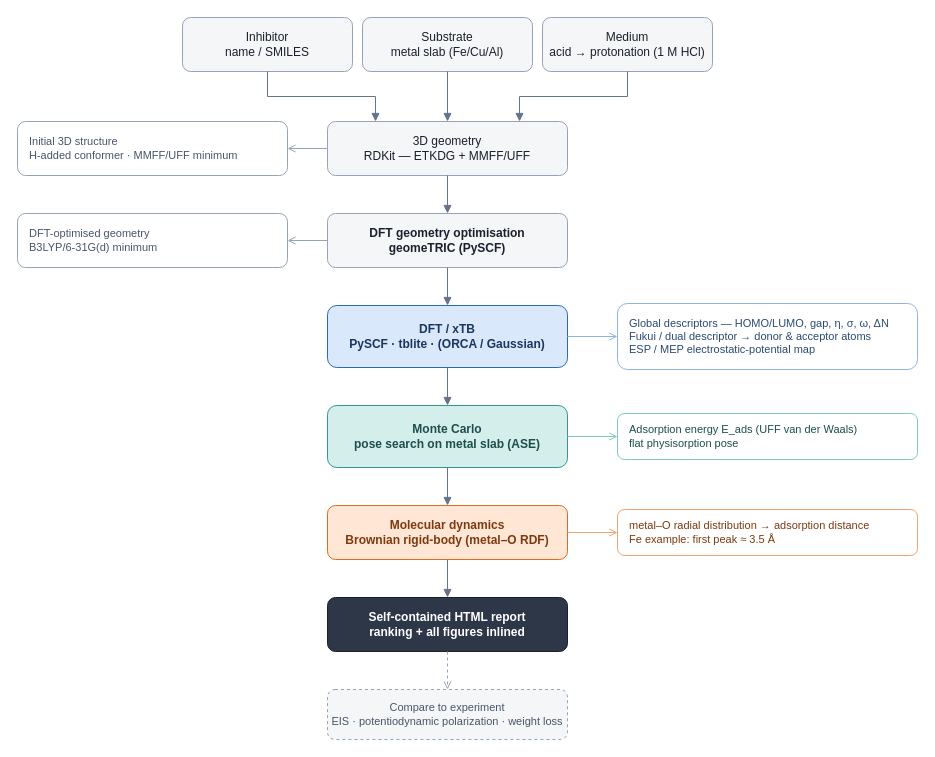
braboj/corrosim keeps this draw.io diagram as docs/diagrams/pipeline.drawio. Above is the earlier version. Source tidied: cells renumbered, new cells numbered last; positions are measured from the earlier drawing's top-left corner, leaving out a move shared by most shapes. Both pictures are drawn from the tidied source at 100%, with x=0, y=0 at pixel (17, 17).
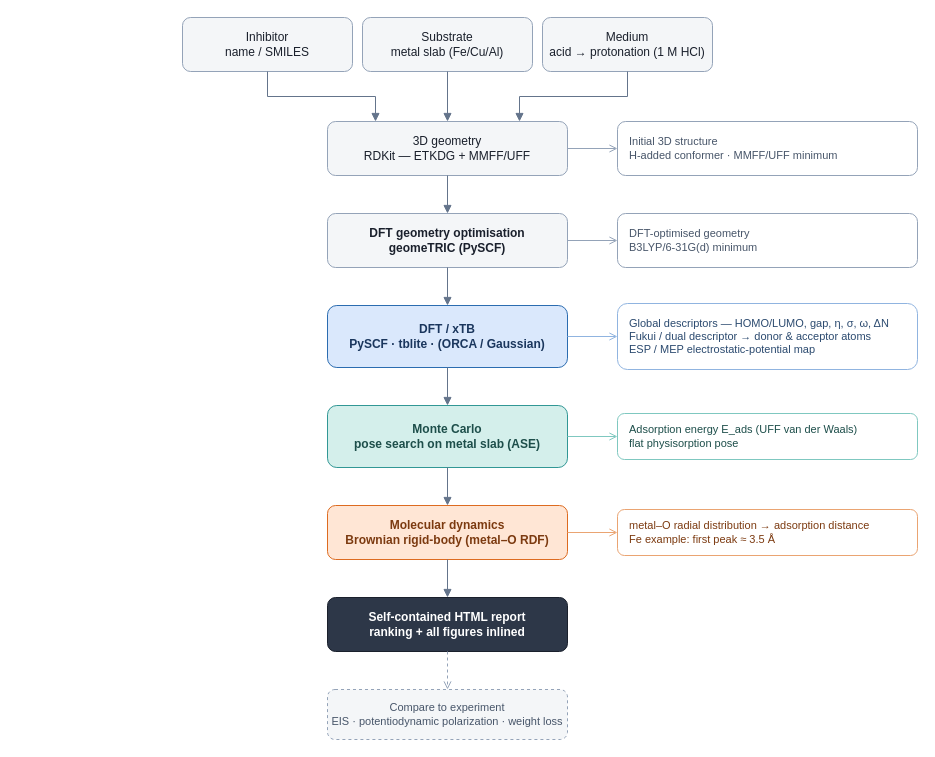
Above is the later version.

Commit message (it also covers changes not shown here):
docs(diagram): move geometry artifact boxes to the right column

Place the 3D-geometry and DFT-optimisation output boxes on the right,
aligned with the DFT/MC/MD artifact boxes, arrows pointing right — one
consistent output column. Re-export to both PNG destinations.

The change refers to these unchanged cells:
```xml
<mxCell id="6" value="3D geometry&#10;RDKit — ETKDG + MMFF/UFF" style="rounded=1;whiteSpace=wrap;html=1;fillColor=#f4f6f8;strokeColor=#94a3b8;fontSize=12;fontColor=#1a202c;" parent="1" vertex="1">
  <mxGeometry x="310" y="104" width="240" height="54" as="geometry" />
</mxCell>
<mxCell id="8" value="DFT geometry optimisation&#10;geomeTRIC (PySCF)" style="rounded=1;whiteSpace=wrap;html=1;fillColor=#f4f6f8;strokeColor=#94a3b8;fontSize=12;fontStyle=1;fontColor=#1a202c;" parent="1" vertex="1">
  <mxGeometry x="310" y="196" width="240" height="54" as="geometry" />
</mxCell>
```

Diff of the diagram source:
```diff
@@
     <mxCell id="5" value="Initial 3D structure&#10;H-added conformer · MMFF/UFF minimum" style="rounded=1;whiteSpace=wrap;html=1;fillColor=#ffffff;strokeColor=#94a3b8;fontSize=11;fontColor=#475569;align=left;spacingLeft=10;" parent="1" vertex="1">
-      <mxGeometry y="104" width="270" height="54" as="geometry" />
+      <mxGeometry x="600" y="104" width="300" height="54" as="geometry" />
     </mxCell>
@@
     <mxCell id="7" value="DFT-optimised geometry&#10;B3LYP/6-31G(d) minimum" style="rounded=1;whiteSpace=wrap;html=1;fillColor=#ffffff;strokeColor=#94a3b8;fontSize=11;fontColor=#475569;align=left;spacingLeft=10;" parent="1" vertex="1">
-      <mxGeometry y="196" width="270" height="54" as="geometry" />
+      <mxGeometry x="600" y="196" width="300" height="54" as="geometry" />
     </mxCell>
@@
-    <mxCell id="26" style="edgeStyle=orthogonalEdgeStyle;rounded=0;html=1;strokeColor=#94a3b8;endArrow=open;endFill=0;exitX=0;exitY=0.5;exitDx=0;exitDy=0;entryX=1;entryY=0.5;entryDx=0;entryDy=0;" parent="1" edge="1" source="6" target="5">
+    <mxCell id="26" style="edgeStyle=orthogonalEdgeStyle;rounded=0;html=1;strokeColor=#94a3b8;endArrow=open;endFill=0;exitX=1;exitY=0.5;exitDx=0;exitDy=0;entryX=0;entryY=0.5;entryDx=0;entryDy=0;" parent="1" edge="1" source="6" target="5">
       <mxGeometry relative="1" as="geometry" />
     </mxCell>
-    <mxCell id="27" style="edgeStyle=orthogonalEdgeStyle;rounded=0;html=1;strokeColor=#94a3b8;endArrow=open;endFill=0;exitX=0;exitY=0.5;exitDx=0;exitDy=0;entryX=1;entryY=0.5;entryDx=0;entryDy=0;" parent="1" edge="1" source="8" target="7">
+    <mxCell id="27" style="edgeStyle=orthogonalEdgeStyle;rounded=0;html=1;strokeColor=#94a3b8;endArrow=open;endFill=0;exitX=1;exitY=0.5;exitDx=0;exitDy=0;entryX=0;entryY=0.5;entryDx=0;entryDy=0;" parent="1" edge="1" source="8" target="7">
       <mxGeometry relative="1" as="geometry" />
     </mxCell>
```
